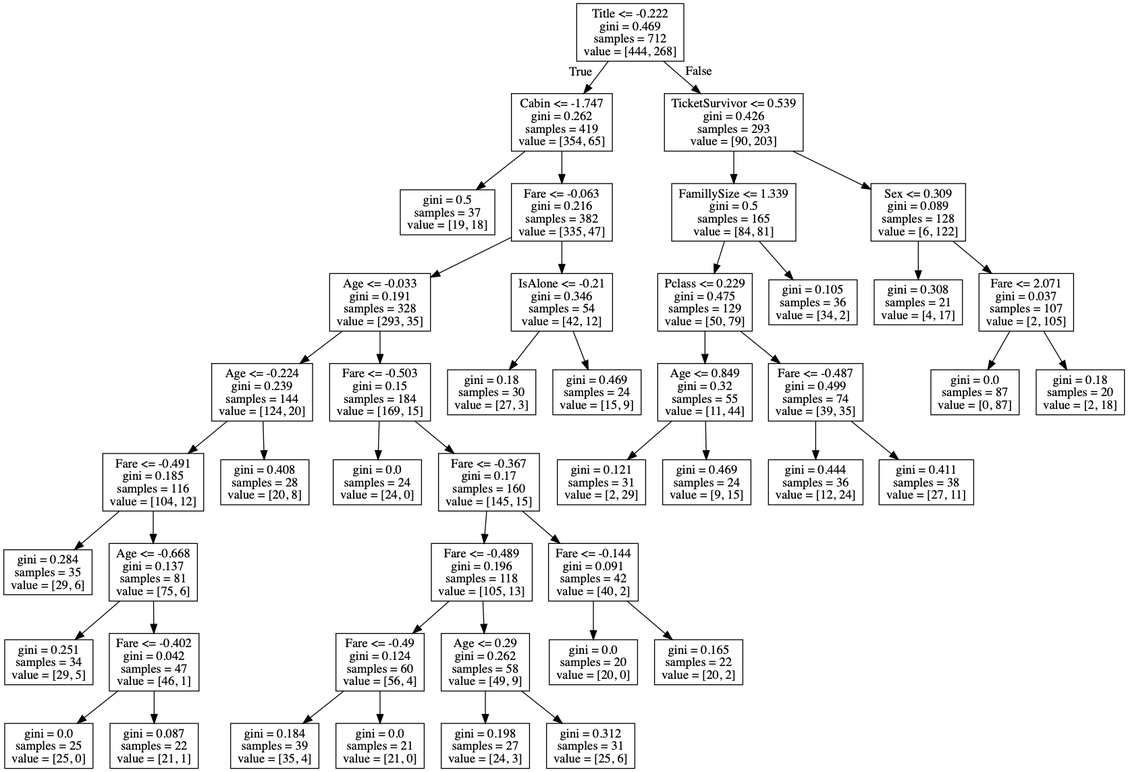
The Graphviz diagram titanic/dt.png in nicohlr/kaggle, before a commit. Its source is kept beside it as titanic/dt.dot.
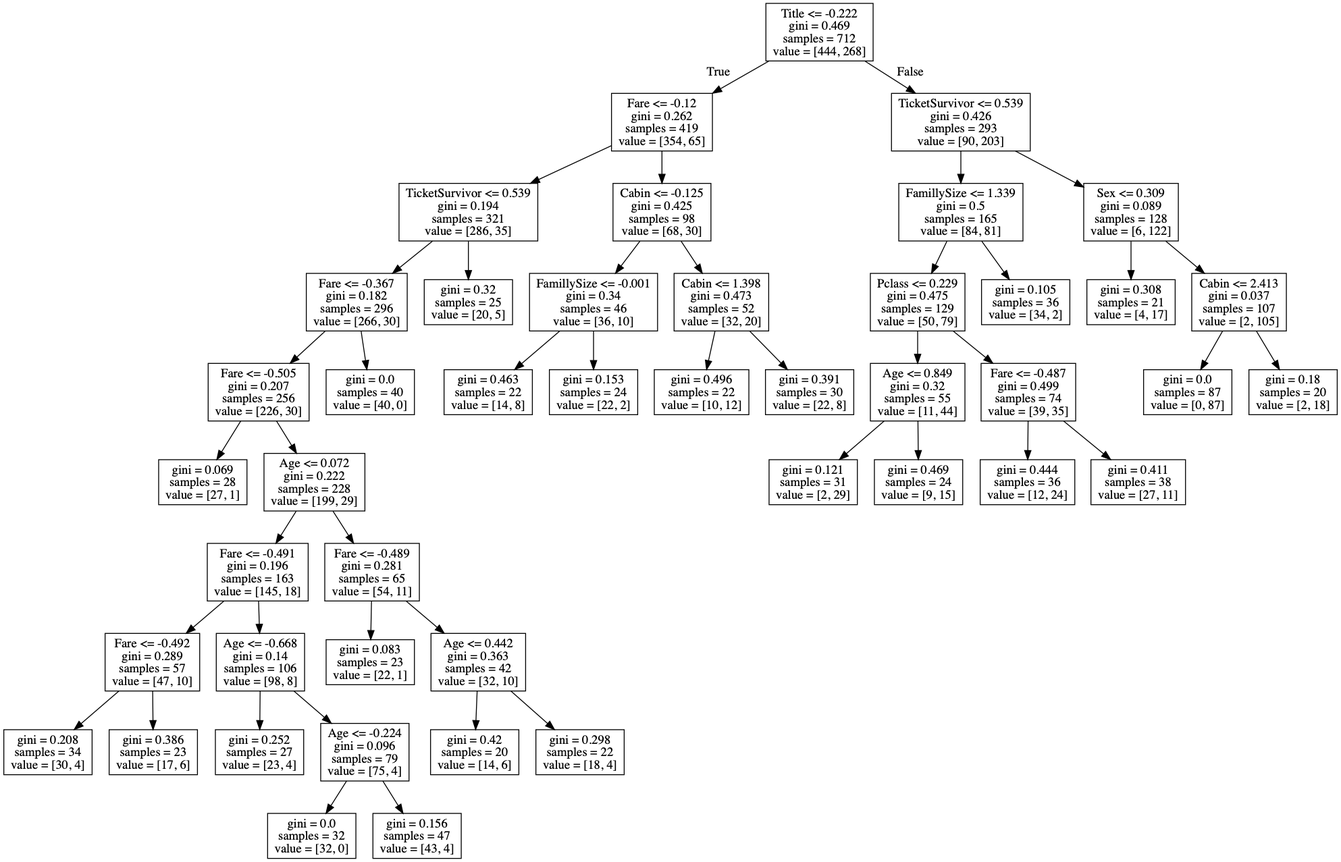
After the change.

The edit, as a diff of the source:
```diff
@@ -1,63 +1,63 @@
 digraph Tree {
 node [shape=box] ;
 0 [label="Title <= -0.222\ngini = 0.469\nsamples = 712\nvalue = [444, 268]"] ;
-1 [label="Cabin <= -1.747\ngini = 0.262\nsamples = 419\nvalue = [354, 65]"] ;
+1 [label="Fare <= -0.12\ngini = 0.262\nsamples = 419\nvalue = [354, 65]"] ;
 0 -> 1 [labeldistance=2.5, labelangle=45, headlabel="True"] ;
-2 [label="gini = 0.5\nsamples = 37\nvalue = [19, 18]"] ;
+2 [label="TicketSurvivor <= 0.539\ngini = 0.194\nsamples = 321\nvalue = [286, 35]"] ;
 1 -> 2 ;
-3 [label="Fare <= -0.063\ngini = 0.216\nsamples = 382\nvalue = [335, 47]"] ;
-1 -> 3 ;
-4 [label="Age <= -0.033\ngini = 0.191\nsamples = 328\nvalue = [293, 35]"] ;
+3 [label="Fare <= -0.367\ngini = 0.182\nsamples = 296\nvalue = [266, 30]"] ;
+2 -> 3 ;
+4 [label="Fare <= -0.505\ngini = 0.207\nsamples = 256\nvalue = [226, 30]"] ;
 3 -> 4 ;
-5 [label="Age <= -0.224\ngini = 0.239\nsamples = 144\nvalue = [124, 20]"] ;
+5 [label="gini = 0.069\nsamples = 28\nvalue = [27, 1]"] ;
 4 -> 5 ;
-6 [label="Fare <= -0.491\ngini = 0.185\nsamples = 116\nvalue = [104, 12]"] ;
-5 -> 6 ;
-7 [label="gini = 0.284\nsamples = 35\nvalue = [29, 6]"] ;
+6 [label="Age <= 0.072\ngini = 0.222\nsamples = 228\nvalue = [199, 29]"] ;
+4 -> 6 ;
+7 [label="Fare <= -0.491\ngini = 0.196\nsamples = 163\nvalue = [145, 18]"] ;
 6 -> 7 ;
-8 [label="Age <= -0.668\ngini = 0.137\nsamples = 81\nvalue = [75, 6]"] ;
-6 -> 8 ;
-9 [label="gini = 0.251\nsamples = 34\nvalue = [29, 5]"] ;
+8 [label="Fare <= -0.492\ngini = 0.289\nsamples = 57\nvalue = [47, 10]"] ;
+7 -> 8 ;
+9 [label="gini = 0.208\nsamples = 34\nvalue = [30, 4]"] ;
 8 -> 9 ;
-10 [label="Fare <= -0.402\ngini = 0.042\nsamples = 47\nvalue = [46, 1]"] ;
+10 [label="gini = 0.386\nsamples = 23\nvalue = [17, 6]"] ;
 8 -> 10 ;
-11 [label="gini = 0.0\nsamples = 25\nvalue = [25, 0]"] ;
-10 -> 11 ;
-12 [label="gini = 0.087\nsamples = 22\nvalue = [21, 1]"] ;
-10 -> 12 ;
-13 [label="gini = 0.408\nsamples = 28\nvalue = [20, 8]"] ;
-5 -> 13 ;
-14 [label="Fare <= -0.503\ngini = 0.15\nsamples = 184\nvalue = [169, 15]"] ;
-4 -> 14 ;
-15 [label="gini = 0.0\nsamples = 24\nvalue = [24, 0]"] ;
-14 -> 15 ;
-16 [label="Fare <= -0.367\ngini = 0.17\nsamples = 160\nvalue = [145, 15]"] ;
-14 -> 16 ;
-17 [label="Fare <= -0.489\ngini = 0.196\nsamples = 118\nvalue = [105, 13]"] ;
+11 [label="Age <= -0.668\ngini = 0.14\nsamples = 106\nvalue = [98, 8]"] ;
+7 -> 11 ;
+12 [label="gini = 0.252\nsamples = 27\nvalue = [23, 4]"] ;
+11 -> 12 ;
+13 [label="Age <= -0.224\ngini = 0.096\nsamples = 79\nvalue = [75, 4]"] ;
+11 -> 13 ;
+14 [label="gini = 0.0\nsamples = 32\nvalue = [32, 0]"] ;
+13 -> 14 ;
+15 [label="gini = 0.156\nsamples = 47\nvalue = [43, 4]"] ;
+13 -> 15 ;
+16 [label="Fare <= -0.489\ngini = 0.281\nsamples = 65\nvalue = [54, 11]"] ;
+6 -> 16 ;
+17 [label="gini = 0.083\nsamples = 23\nvalue = [22, 1]"] ;
 16 -> 17 ;
-18 [label="Fare <= -0.49\ngini = 0.124\nsamples = 60\nvalue = [56, 4]"] ;
-17 -> 18 ;
-19 [label="gini = 0.184\nsamples = 39\nvalue = [35, 4]"] ;
+18 [label="Age <= 0.442\ngini = 0.363\nsamples = 42\nvalue = [32, 10]"] ;
+16 -> 18 ;
+19 [label="gini = 0.42\nsamples = 20\nvalue = [14, 6]"] ;
 18 -> 19 ;
-20 [label="gini = 0.0\nsamples = 21\nvalue = [21, 0]"] ;
+20 [label="gini = 0.298\nsamples = 22\nvalue = [18, 4]"] ;
 18 -> 20 ;
-21 [label="Age <= 0.29\ngini = 0.262\nsamples = 58\nvalue = [49, 9]"] ;
-17 -> 21 ;
-22 [label="gini = 0.198\nsamples = 27\nvalue = [24, 3]"] ;
-21 -> 22 ;
-23 [label="gini = 0.312\nsamples = 31\nvalue = [25, 6]"] ;
-21 -> 23 ;
-24 [label="Fare <= -0.144\ngini = 0.091\nsamples = 42\nvalue = [40, 2]"] ;
-16 -> 24 ;
-25 [label="gini = 0.0\nsamples = 20\nvalue = [20, 0]"] ;
+21 [label="gini = 0.0\nsamples = 40\nvalue = [40, 0]"] ;
+3 -> 21 ;
+22 [label="gini = 0.32\nsamples = 25\nvalue = [20, 5]"] ;
+2 -> 22 ;
+23 [label="Cabin <= -0.125\ngini = 0.425\nsamples = 98\nvalue = [68, 30]"] ;
+1 -> 23 ;
+24 [label="FamillySize <= -0.001\ngini = 0.34\nsamples = 46\nvalue = [36, 10]"] ;
+23 -> 24 ;
+25 [label="gini = 0.463\nsamples = 22\nvalue = [14, 8]"] ;
 24 -> 25 ;
-26 [label="gini = 0.165\nsamples = 22\nvalue = [20, 2]"] ;
+26 [label="gini = 0.153\nsamples = 24\nvalue = [22, 2]"] ;
 24 -> 26 ;
-27 [label="IsAlone <= -0.21\ngini = 0.346\nsamples = 54\nvalue = [42, 12]"] ;
-3 -> 27 ;
-28 [label="gini = 0.18\nsamples = 30\nvalue = [27, 3]"] ;
+27 [label="Cabin <= 1.398\ngini = 0.473\nsamples = 52\nvalue = [32, 20]"] ;
+23 -> 27 ;
+28 [label="gini = 0.496\nsamples = 22\nvalue = [10, 12]"] ;
 27 -> 28 ;
-29 [label="gini = 0.469\nsamples = 24\nvalue = [15, 9]"] ;
+29 [label="gini = 0.391\nsamples = 30\nvalue = [22, 8]"] ;
 27 -> 29 ;
 30 [label="TicketSurvivor <= 0.539\ngini = 0.426\nsamples = 293\nvalue = [90, 203]"] ;
 0 -> 30 [labeldistance=2.5, labelangle=-45, headlabel="False"] ;
@@ -83,7 +83,7 @@
 30 -> 40 ;
 41 [label="gini = 0.308\nsamples = 21\nvalue = [4, 17]"] ;
 40 -> 41 ;
-42 [label="Fare <= 2.071\ngini = 0.037\nsamples = 107\nvalue = [2, 105]"] ;
+42 [label="Cabin <= 2.413\ngini = 0.037\nsamples = 107\nvalue = [2, 105]"] ;
 40 -> 42 ;
 43 [label="gini = 0.0\nsamples = 87\nvalue = [0, 87]"] ;
 42 -> 43 ;
```
